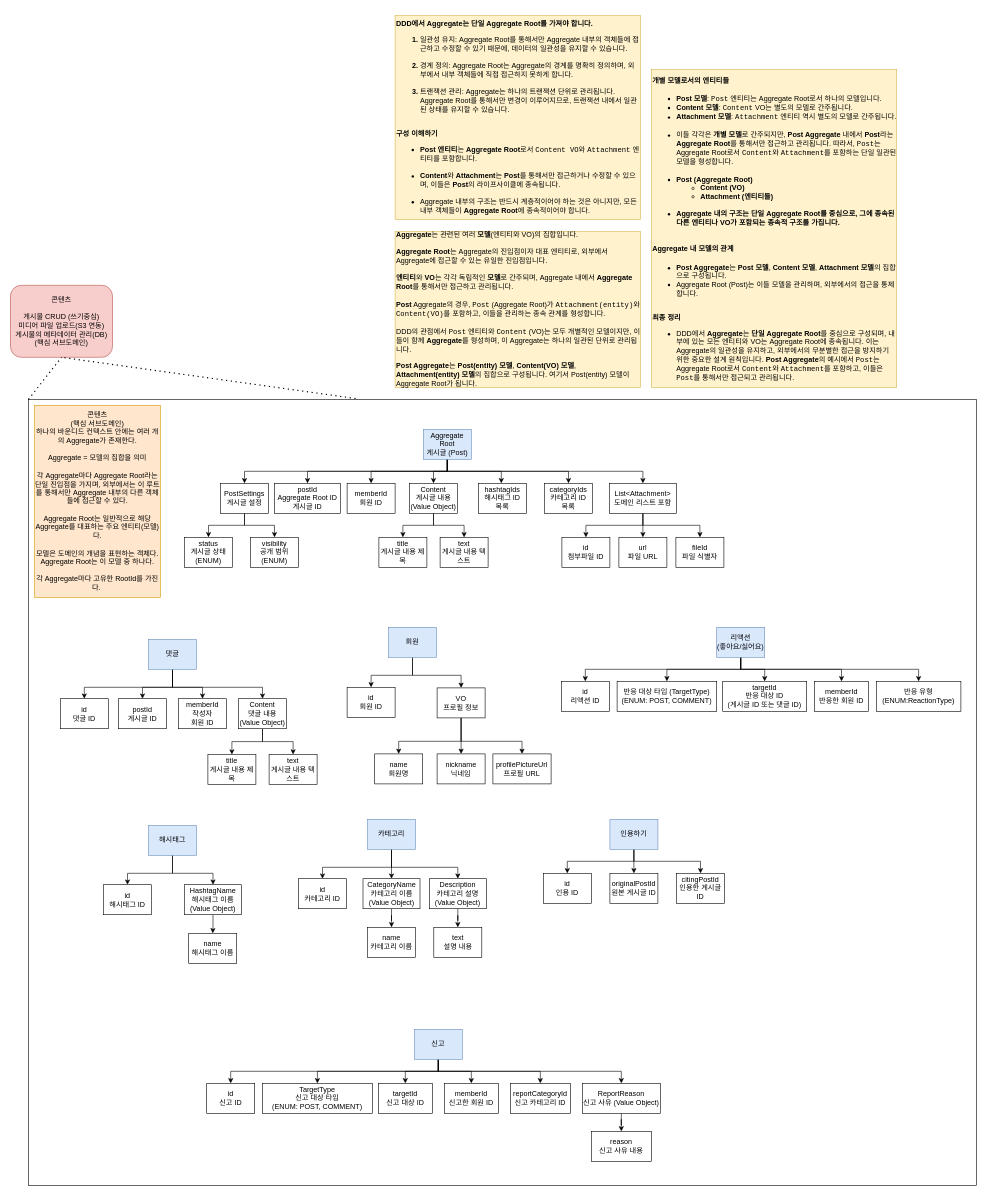
Above: page "콘텐츠 - 서브 도메인" (8 of 13) of Pulse-msa.drawio in AmazingEffect/pulse-document (draw.io), before the change. Source tidied: cells renumbered, new cells numbered last; positions are measured from the earlier drawing's top-left corner, leaving out a move shared by most shapes. Both pictures are drawn from the tidied source at 60%, with x=0, y=0 at pixel (10, 15).
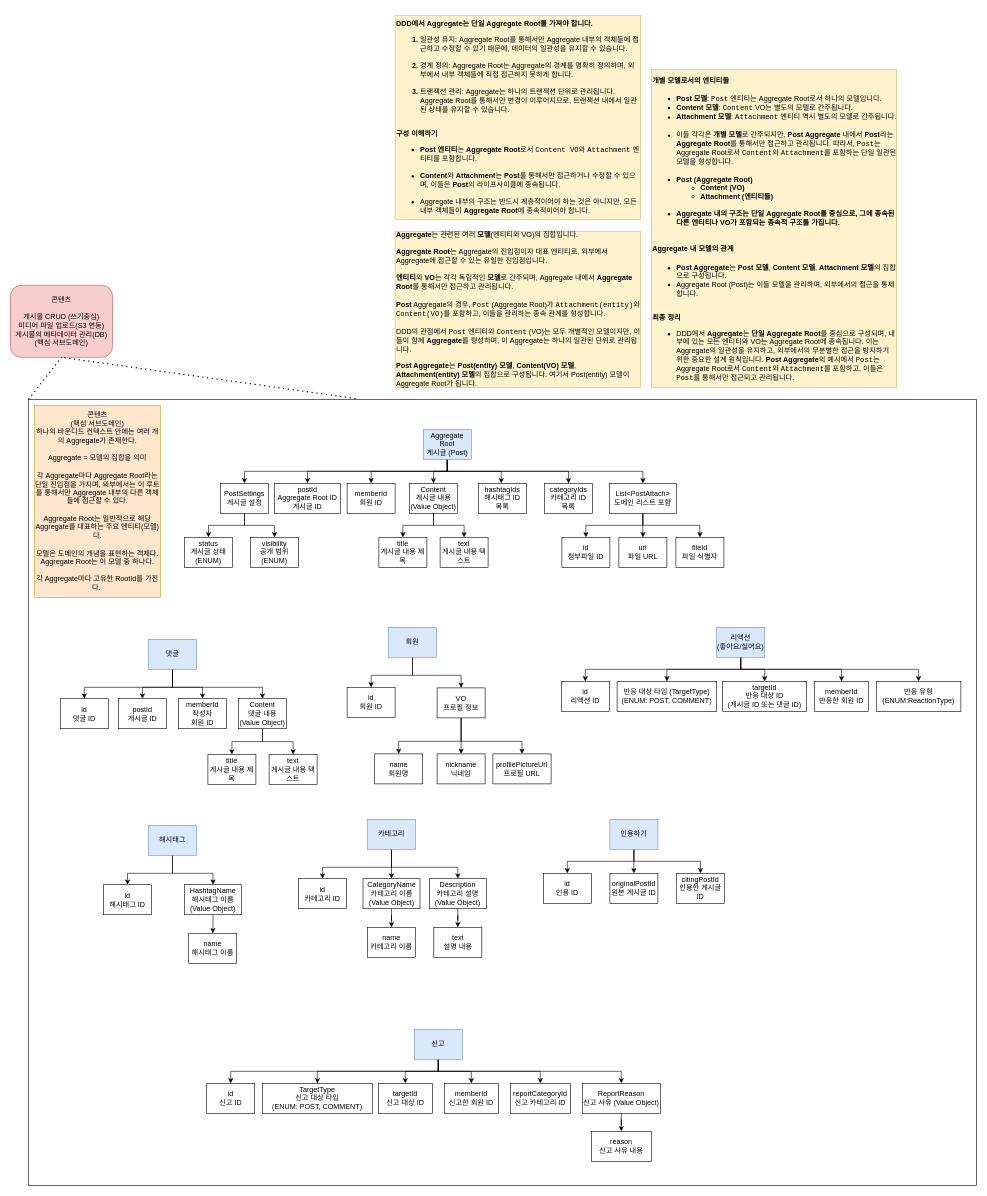
Above is the later version.

Diff of the diagram source:
```diff
@@
-    <mxCell id="34" value="List&amp;lt;Attachment&amp;gt;&lt;br&gt;도메인 리스트 포함" style="rounded=0;whiteSpace=wrap;html=1;" parent="1" vertex="1">
+    <mxCell id="34" value="List&amp;lt;PostAttach&amp;gt;&lt;br&gt;도메인 리스트 포함" style="rounded=0;whiteSpace=wrap;html=1;" parent="1" vertex="1">
       <mxGeometry x="998" y="780" width="112" height="50" as="geometry" />
     </mxCell>
```
